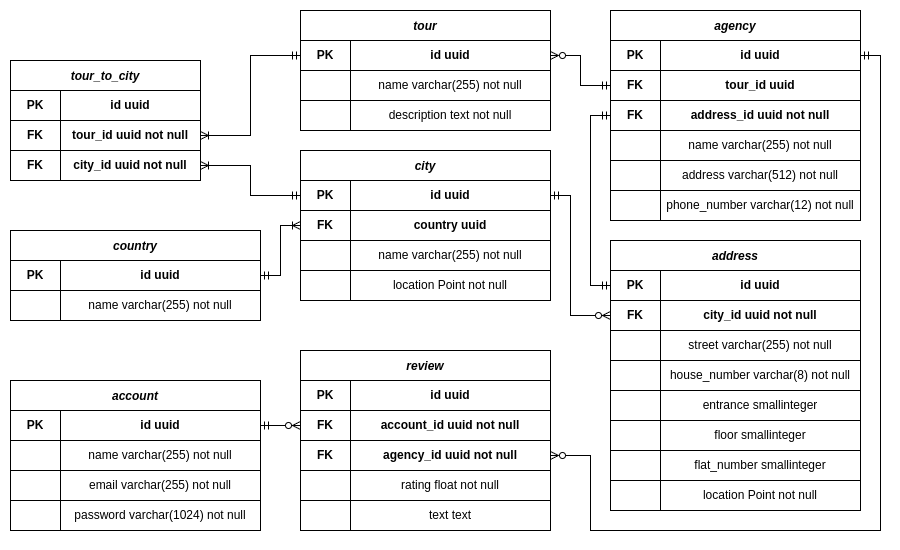
rTiRe/tours_manager keeps this draw.io diagram as er_schemas/er_schema_light.png. Above is the earlier version. Source tidied: cells renumbered, new cells last; positions are measured from the earlier drawing's top-left corner, leaving out a move shared by most shapes.
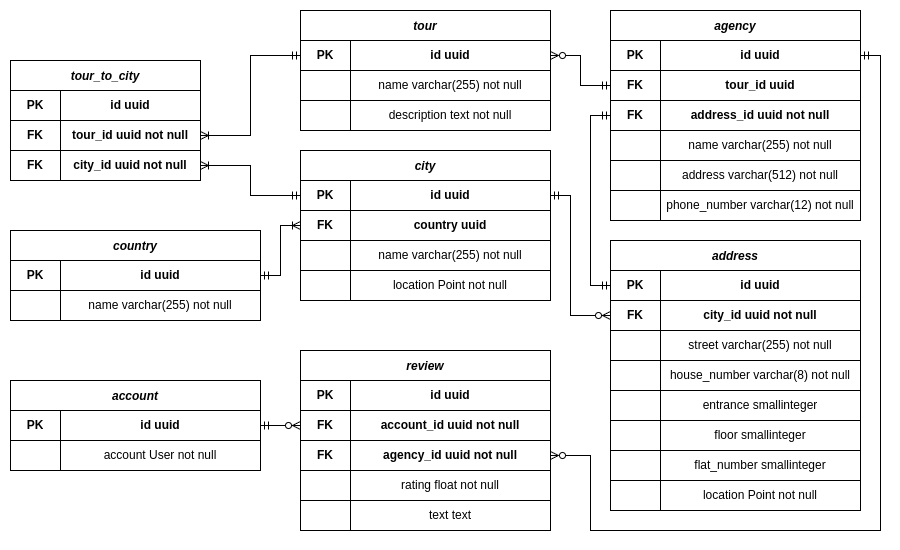
The same file after the commit.

The edit, as a diff of the source:
```diff
@@ -312,7 +312,7 @@
       </mxGeometry>
     </mxCell>
     <mxCell id="101" value="account" style="shape=table;startSize=30;fontStyle=3;" parent="1" vertex="1">
-      <mxGeometry y="370" width="250" height="150" as="geometry" />
+      <mxGeometry y="370" width="250" height="90" as="geometry" />
     </mxCell>
     <mxCell id="102" style="shape=tableRow;horizontal=0;startSize=0;swimlaneHead=0;swimlaneBody=0;strokeColor=inherit;top=0;left=0;bottom=0;right=0;fillColor=none;points=[[0,0.5],[1,0.5]];portConstraint=eastwest;" parent="101" vertex="1">
       <mxGeometry y="30" width="250" height="30" as="geometry" />
@@ -329,27 +329,9 @@
     <mxCell id="106" style="shape=partialRectangle;html=1;whiteSpace=wrap;strokeColor=inherit;overflow=hidden;fillColor=none;top=0;left=0;bottom=0;right=0;" parent="105" vertex="1">
       <mxGeometry width="50" height="30" as="geometry" />
     </mxCell>
-    <mxCell id="107" value="&lt;span style=&quot;text-align: left; text-wrap: nowrap;&quot;&gt;name varchar(255) not null&lt;/span&gt;" style="shape=partialRectangle;html=1;whiteSpace=wrap;strokeColor=inherit;overflow=hidden;fillColor=none;top=0;left=0;bottom=0;right=0;" parent="105" vertex="1">
+    <mxCell id="107" value="&lt;span style=&quot;text-align: left; text-wrap: nowrap;&quot;&gt;account User not null&lt;/span&gt;" style="shape=partialRectangle;html=1;whiteSpace=wrap;strokeColor=inherit;overflow=hidden;fillColor=none;top=0;left=0;bottom=0;right=0;" parent="105" vertex="1">
       <mxGeometry x="50" width="200" height="30" as="geometry" />
     </mxCell>
-    <mxCell id="108" style="shape=tableRow;horizontal=0;startSize=0;swimlaneHead=0;swimlaneBody=0;strokeColor=inherit;top=0;left=0;bottom=0;right=0;fillColor=none;" parent="101" vertex="1">
-      <mxGeometry y="90" width="250" height="30" as="geometry" />
-    </mxCell>
-    <mxCell id="109" style="shape=partialRectangle;html=1;whiteSpace=wrap;strokeColor=inherit;overflow=hidden;fillColor=none;top=0;left=0;bottom=0;right=0;" parent="108" vertex="1">
-      <mxGeometry width="50" height="30" as="geometry" />
-    </mxCell>
-    <mxCell id="110" value="&lt;span style=&quot;text-align: left; text-wrap: nowrap;&quot;&gt;email varchar(255) not null&lt;/span&gt;" style="shape=partialRectangle;html=1;whiteSpace=wrap;strokeColor=inherit;overflow=hidden;fillColor=none;top=0;left=0;bottom=0;right=0;" parent="108" vertex="1">
-      <mxGeometry x="50" width="200" height="30" as="geometry" />
-    </mxCell>
-    <mxCell id="111" style="shape=tableRow;horizontal=0;startSize=0;swimlaneHead=0;swimlaneBody=0;strokeColor=inherit;top=0;left=0;bottom=0;right=0;fillColor=none;" parent="101" vertex="1">
-      <mxGeometry y="120" width="250" height="30" as="geometry" />
-    </mxCell>
-    <mxCell id="112" style="shape=partialRectangle;html=1;whiteSpace=wrap;strokeColor=inherit;overflow=hidden;fillColor=none;top=0;left=0;bottom=0;right=0;" parent="111" vertex="1">
-      <mxGeometry width="50" height="30" as="geometry" />
-    </mxCell>
-    <mxCell id="113" value="&lt;span style=&quot;text-align: left; text-wrap: nowrap;&quot;&gt;password varchar(1024) not null&lt;/span&gt;" style="shape=partialRectangle;html=1;whiteSpace=wrap;strokeColor=inherit;overflow=hidden;fillColor=none;top=0;left=0;bottom=0;right=0;" parent="111" vertex="1">
-      <mxGeometry x="50" width="200" height="30" as="geometry" />
-    </mxCell>
     <mxCell id="114" style="edgeStyle=orthogonalEdgeStyle;rounded=0;jettySize=auto;html=1;exitX=1;exitY=0.5;exitDx=0;exitDy=0;entryX=0;entryY=0.5;entryDx=0;entryDy=0;endArrow=ERzeroToMany;endFill=0;startArrow=ERmandOne;startFill=0;" parent="1" edge="1" source="102" target="88">
       <mxGeometry relative="1" as="geometry" />
     </mxCell>
```
